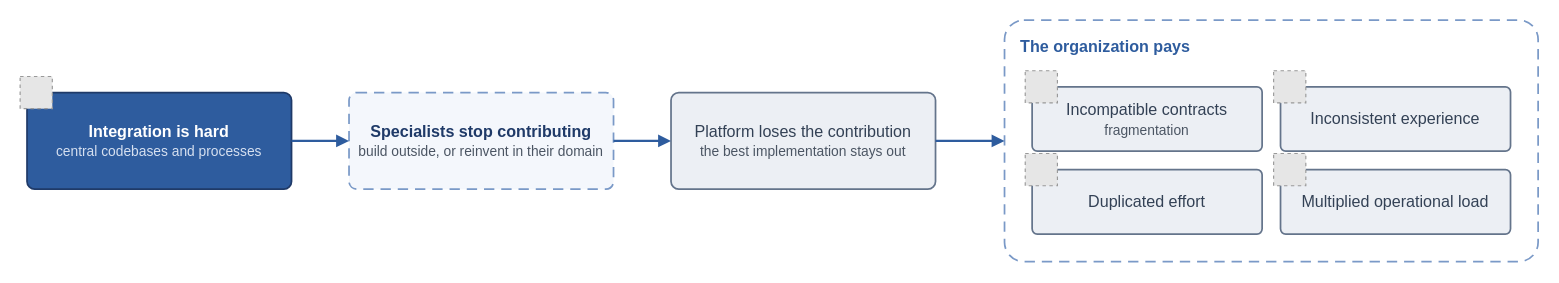
Above: page "Fig 2 – Friction chain (landscape)" (3 of 18) of diagrams/pcf-community-draft.drawio in missBerg/platform-capabilities (draw.io), before the change. Source tidied: cells renumbered, new cells numbered last; positions are measured from the earlier drawing's top-left corner, leaving out a move shared by most shapes. Both pictures are drawn from the tidied source at 115%, with x=0, y=0 at pixel (20, 20). Pictures stored in the file or linked from it are replaced by grey dashed boxes.
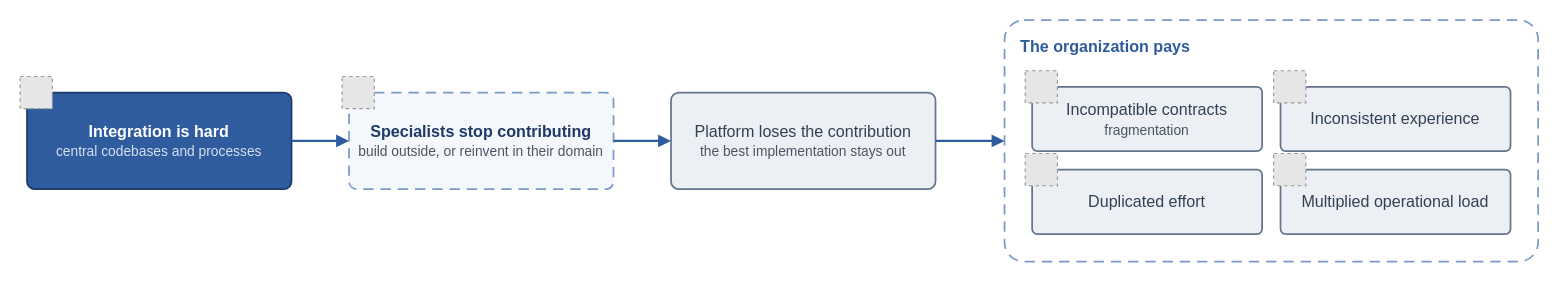
The same diagram, later.

Diff of the diagram source:
```diff
@@
 <mxGraphModel>
   <root>
     <mxCell id="0" />
     <mxCell id="1" parent="0" />
     <mxCell id="2" value="&lt;b&gt;The organization pays&lt;/b&gt;" style="rounded=1;whiteSpace=wrap;html=1;arcSize=8;fillColor=none;strokeColor=#7A99C7;strokeWidth=1.5;fontColor=#2E5C9E;fontFamily=Helvetica;fontSize=14;align=left;verticalAlign=top;dashed=1;dashPattern=6 4;spacingLeft=12;spacingTop=8;shadow=0;" parent="1" vertex="1">
       <mxGeometry x="856" width="464" height="210" as="geometry" />
     </mxCell>
     <mxCell id="3" value="&lt;b&gt;Integration is hard&lt;/b&gt;&lt;br&gt;&lt;font style=&quot;font-size: 12px&quot; color=&quot;#D6E0F0&quot;&gt;central codebases and processes&lt;/font&gt;" style="rounded=1;whiteSpace=wrap;html=1;arcSize=8;fillColor=#2E5C9E;strokeColor=#1F3A68;strokeWidth=1.5;fontColor=#FFFFFF;fontFamily=Helvetica;fontSize=14;align=center;verticalAlign=middle;shadow=0;" parent="1" vertex="1">
       <mxGeometry x="6" y="63" width="230" height="84" as="geometry" />
     </mxCell>
     <mxCell id="4" style="fillColor=#E6E6E6;strokeColor=#999999;dashed=1;verticalLabelPosition=bottom;verticalAlign=top;align=center;fontFamily=Helvetica;fontSize=14;fontColor=#1F3A68;" parent="1" vertex="1">
       <mxGeometry y="49" width="28" height="28" as="geometry" />
     </mxCell>
     <mxCell id="5" value="&lt;b&gt;Specialists stop contributing&lt;/b&gt;&lt;br&gt;&lt;font style=&quot;font-size: 12px&quot; color=&quot;#4B5563&quot;&gt;build outside, or reinvent in their domain&lt;/font&gt;" style="rounded=1;whiteSpace=wrap;html=1;arcSize=8;fillColor=#F4F7FC;strokeColor=#7A99C7;strokeWidth=1.5;dashed=1;dashPattern=6 4;fontColor=#1F3A68;fontFamily=Helvetica;fontSize=14;align=center;verticalAlign=middle;shadow=0;" parent="1" vertex="1">
       <mxGeometry x="286" y="63" width="230" height="84" as="geometry" />
     </mxCell>
+    <mxCell id="18" style="fillColor=#E6E6E6;strokeColor=#999999;dashed=1;verticalLabelPosition=bottom;verticalAlign=top;align=center;fontFamily=Helvetica;fontSize=14;fontColor=#1F3A68;" parent="1" vertex="1">
+      <mxGeometry x="280" y="49" width="28" height="28" as="geometry" />
+    </mxCell>
     <mxCell id="6" value="Platform loses the contribution&lt;br&gt;&lt;font style=&quot;font-size: 12px&quot; color=&quot;#4B5563&quot;&gt;the best implementation stays out&lt;/font&gt;" style="rounded=1;whiteSpace=wrap;html=1;arcSize=8;fillColor=#ECEFF4;strokeColor=#64748B;strokeWidth=1.5;fontColor=#334155;fontFamily=Helvetica;fontSize=14;align=center;verticalAlign=middle;shadow=0;" parent="1" vertex="1">
       <mxGeometry x="566" y="63" width="230" height="84" as="geometry" />
     </mxCell>
     <mxCell id="7" value="Incompatible contracts&lt;br&gt;&lt;font style=&quot;font-size: 12px&quot; color=&quot;#4B5563&quot;&gt;fragmentation&lt;/font&gt;" style="rounded=1;whiteSpace=wrap;html=1;arcSize=8;fillColor=#ECEFF4;strokeColor=#64748B;strokeWidth=1.5;fontColor=#334155;fontFamily=Helvetica;fontSize=14;align=center;verticalAlign=middle;shadow=0;" parent="1" vertex="1">
       <mxGeometry x="880" y="58" width="200" height="56" as="geometry" />
     </mxCell>
     <mxCell id="8" style="fillColor=#E6E6E6;strokeColor=#999999;dashed=1;verticalLabelPosition=bottom;verticalAlign=top;align=center;fontFamily=Helvetica;fontSize=14;fontColor=#1F3A68;" parent="1" vertex="1">
       <mxGeometry x="874" y="44" width="28" height="28" as="geometry" />
     </mxCell>
     <mxCell id="9" value="Inconsistent experience" style="rounded=1;whiteSpace=wrap;html=1;arcSize=8;fillColor=#ECEFF4;strokeColor=#64748B;strokeWidth=1.5;fontColor=#334155;fontFamily=Helvetica;fontSize=14;align=center;verticalAlign=middle;shadow=0;" parent="1" vertex="1">
       <mxGeometry x="1096" y="58" width="200" height="56" as="geometry" />
     </mxCell>
     <mxCell id="10" style="fillColor=#E6E6E6;strokeColor=#999999;dashed=1;verticalLabelPosition=bottom;verticalAlign=top;align=center;fontFamily=Helvetica;fontSize=14;fontColor=#1F3A68;" parent="1" vertex="1">
       <mxGeometry x="1090" y="44" width="28" height="28" as="geometry" />
     </mxCell>
     <mxCell id="11" value="Duplicated effort" style="rounded=1;whiteSpace=wrap;html=1;arcSize=8;fillColor=#ECEFF4;strokeColor=#64748B;strokeWidth=1.5;fontColor=#334155;fontFamily=Helvetica;fontSize=14;align=center;verticalAlign=middle;shadow=0;" parent="1" vertex="1">
       <mxGeometry x="880" y="130" width="200" height="56" as="geometry" />
     </mxCell>
     <mxCell id="12" style="fillColor=#E6E6E6;strokeColor=#999999;dashed=1;verticalLabelPosition=bottom;verticalAlign=top;align=center;fontFamily=Helvetica;fontSize=14;fontColor=#1F3A68;" parent="1" vertex="1">
       <mxGeometry x="874" y="116" width="28" height="28" as="geometry" />
     </mxCell>
     <mxCell id="13" value="Multiplied operational load" style="rounded=1;whiteSpace=wrap;html=1;arcSize=8;fillColor=#ECEFF4;strokeColor=#64748B;strokeWidth=1.5;fontColor=#334155;fontFamily=Helvetica;fontSize=14;align=center;verticalAlign=middle;shadow=0;" parent="1" vertex="1">
       <mxGeometry x="1096" y="130" width="200" height="56" as="geometry" />
     </mxCell>
     <mxCell id="14" style="fillColor=#E6E6E6;strokeColor=#999999;dashed=1;verticalLabelPosition=bottom;verticalAlign=top;align=center;fontFamily=Helvetica;fontSize=14;fontColor=#1F3A68;" parent="1" vertex="1">
       <mxGeometry x="1090" y="116" width="28" height="28" as="geometry" />
     </mxCell>
     <mxCell id="15" style="edgeStyle=orthogonalEdgeStyle;endArrow=block;html=1;rounded=0;strokeColor=#2E5C9E;strokeWidth=2;fontColor=#1F3A68;fontFamily=Helvetica;fontSize=12;endFill=1;curved=1;exitX=1;exitY=0.5;exitDx=0;exitDy=0;entryX=0;entryY=0.5;entryDx=0;entryDy=0;" parent="1" edge="1" source="3" target="5">
       <mxGeometry relative="1" as="geometry" />
     </mxCell>
     <mxCell id="16" style="edgeStyle=orthogonalEdgeStyle;endArrow=block;html=1;rounded=0;strokeColor=#2E5C9E;strokeWidth=2;fontColor=#1F3A68;fontFamily=Helvetica;fontSize=12;endFill=1;curved=1;exitX=1;exitY=0.5;exitDx=0;exitDy=0;entryX=0;entryY=0.5;entryDx=0;entryDy=0;" parent="1" edge="1" source="5" target="6">
       <mxGeometry relative="1" as="geometry" />
     </mxCell>
     <mxCell id="17" style="edgeStyle=orthogonalEdgeStyle;endArrow=block;html=1;rounded=0;strokeColor=#2E5C9E;strokeWidth=2;fontColor=#1F3A68;fontFamily=Helvetica;fontSize=12;endFill=1;curved=1;exitX=1;exitY=0.5;exitDx=0;exitDy=0;entryX=0;entryY=0.5;entryDx=0;entryDy=0;" parent="1" edge="1" source="6" target="2">
       <mxGeometry relative="1" as="geometry" />
     </mxCell>
   </root>
 </mxGraphModel>
```
